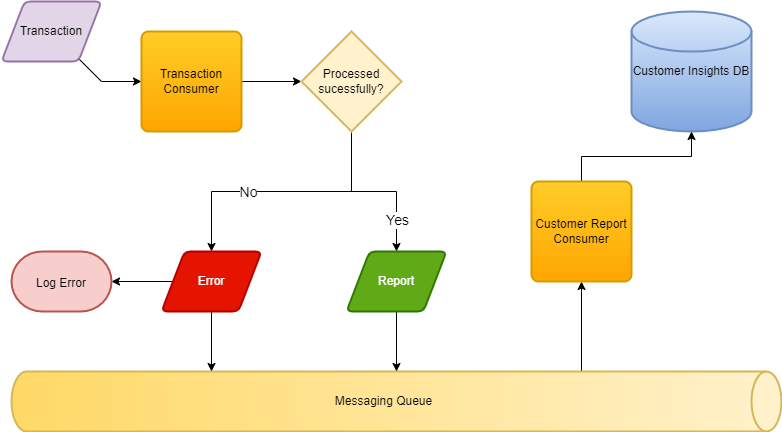
Neo-Ciber94/ETL-Data-Analytics keeps this draw.io diagram as assets/process_transactions_graph.png. Above is the earlier version. Source tidied: cells renumbered, new cells last; positions are measured from the earlier drawing's top-left corner, leaving out a move shared by most shapes.
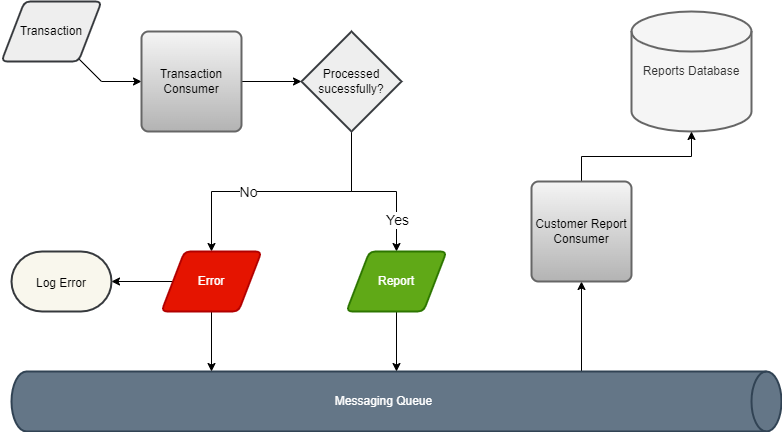
After the change.

Diff of the diagram source:
```diff
@@ -5,10 +5,10 @@
     <mxCell id="2" style="edgeStyle=orthogonalEdgeStyle;rounded=0;jettySize=auto;html=1;exitX=0;exitY=0;exitDx=0;exitDy=200;exitPerimeter=0;" parent="1" edge="1" source="3" target="15">
       <mxGeometry relative="1" as="geometry" />
     </mxCell>
-    <mxCell id="3" value="Messaging Queue" style="shape=cylinder3;whiteSpace=wrap;html=1;boundedLbl=1;backgroundOutline=1;size=15;direction=south;strokeWidth=2;fillColor=#fff2cc;strokeColor=#d6b656;gradientColor=#ffd966;" parent="1" vertex="1">
+    <mxCell id="3" value="Messaging Queue" style="shape=cylinder3;whiteSpace=wrap;html=1;boundedLbl=1;backgroundOutline=1;size=15;direction=south;strokeWidth=2;fillColor=#647687;strokeColor=#314354;fontColor=#ffffff;" parent="1" vertex="1">
       <mxGeometry x="10" y="370" width="770" height="60" as="geometry" />
     </mxCell>
-    <mxCell id="4" value="Customer Insights DB" style="strokeWidth=2;html=1;shape=mxgraph.flowchart.database;whiteSpace=wrap;fillColor=#dae8fc;strokeColor=#6c8ebf;gradientColor=#7ea6e0;" parent="1" vertex="1">
+    <mxCell id="4" value="Reports Database" style="strokeWidth=2;html=1;shape=mxgraph.flowchart.database;whiteSpace=wrap;fillColor=#f5f5f5;fontColor=#333333;strokeColor=#666666;" parent="1" vertex="1">
       <mxGeometry x="630" y="10" width="120" height="120" as="geometry" />
     </mxCell>
     <mxCell id="5" style="edgeStyle=orthogonalEdgeStyle;rounded=0;jettySize=auto;html=1;entryX=0;entryY=0.5;entryDx=0;entryDy=0;" parent="1" edge="1" source="6" target="8">
@@ -19,13 +19,13 @@
         </Array>
       </mxGeometry>
     </mxCell>
-    <mxCell id="6" value="Transaction" style="shape=parallelogram;html=1;strokeWidth=2;perimeter=parallelogramPerimeter;whiteSpace=wrap;rounded=1;arcSize=12;size=0.23;fillColor=#e1d5e7;strokeColor=#9673a6;" parent="1" vertex="1">
+    <mxCell id="6" value="Transaction" style="shape=parallelogram;html=1;strokeWidth=2;perimeter=parallelogramPerimeter;whiteSpace=wrap;rounded=1;arcSize=12;size=0.23;fillColor=#eeeeee;strokeColor=#36393d;" parent="1" vertex="1">
       <mxGeometry width="100" height="60" as="geometry" />
     </mxCell>
     <mxCell id="7" style="edgeStyle=orthogonalEdgeStyle;rounded=0;jettySize=auto;html=1;entryX=0;entryY=0.5;entryDx=0;entryDy=0;entryPerimeter=0;" parent="1" edge="1" source="8" target="13">
       <mxGeometry relative="1" as="geometry" />
     </mxCell>
-    <mxCell id="8" value="Transaction Consumer" style="rounded=1;whiteSpace=wrap;html=1;absoluteArcSize=1;arcSize=14;strokeWidth=2;fillColor=#ffcd28;gradientColor=#ffa500;strokeColor=#d79b00;" parent="1" vertex="1">
+    <mxCell id="8" value="Transaction Consumer" style="rounded=1;whiteSpace=wrap;html=1;absoluteArcSize=1;arcSize=14;strokeWidth=2;fillColor=#f5f5f5;gradientColor=#b3b3b3;strokeColor=#666666;" parent="1" vertex="1">
       <mxGeometry x="140" y="30" width="100" height="100" as="geometry" />
     </mxCell>
     <mxCell id="9" style="edgeStyle=orthogonalEdgeStyle;rounded=0;jettySize=auto;html=1;entryX=0.5;entryY=0;entryDx=0;entryDy=0;" parent="1" edge="1" source="13" target="20">
@@ -52,13 +52,13 @@
     <mxCell id="12" value="&lt;font style=&quot;font-size: 14px;&quot;&gt;No&lt;/font&gt;" style="edgeLabel;html=1;align=center;verticalAlign=middle;" parent="11" vertex="1">
       <mxGeometry x="0.26" relative="1" as="geometry" />
     </mxCell>
-    <mxCell id="13" value="Processed sucessfully?" style="strokeWidth=2;html=1;shape=mxgraph.flowchart.decision;whiteSpace=wrap;fillColor=#fff2cc;strokeColor=#d6b656;" parent="1" vertex="1">
+    <mxCell id="13" value="Processed sucessfully?" style="strokeWidth=2;html=1;shape=mxgraph.flowchart.decision;whiteSpace=wrap;fillColor=#eeeeee;strokeColor=#36393d;" parent="1" vertex="1">
       <mxGeometry x="300" y="30" width="100" height="100" as="geometry" />
     </mxCell>
     <mxCell id="14" style="edgeStyle=orthogonalEdgeStyle;rounded=0;jettySize=auto;html=1;" parent="1" edge="1" source="15" target="4">
       <mxGeometry relative="1" as="geometry" />
     </mxCell>
-    <mxCell id="15" value="Customer Report Consumer" style="rounded=1;whiteSpace=wrap;html=1;absoluteArcSize=1;arcSize=14;strokeWidth=2;fillColor=#ffcd28;gradientColor=#ffa500;strokeColor=#d79b00;" parent="1" vertex="1">
+    <mxCell id="15" value="Customer Report Consumer" style="rounded=1;whiteSpace=wrap;html=1;absoluteArcSize=1;arcSize=14;strokeWidth=2;fillColor=#f5f5f5;gradientColor=#b3b3b3;strokeColor=#666666;" parent="1" vertex="1">
       <mxGeometry x="530" y="180" width="100" height="100" as="geometry" />
     </mxCell>
     <mxCell id="16" style="edgeStyle=orthogonalEdgeStyle;rounded=0;jettySize=auto;html=1;entryX=0;entryY=0;entryDx=0;entryDy=570;entryPerimeter=0;" parent="1" edge="1" source="18" target="3">
@@ -76,7 +76,7 @@
     <mxCell id="20" value="Report" style="shape=parallelogram;html=1;strokeWidth=2;perimeter=parallelogramPerimeter;whiteSpace=wrap;rounded=1;arcSize=12;size=0.23;fillColor=#60a917;fontColor=#ffffff;strokeColor=#2D7600;" parent="1" vertex="1">
       <mxGeometry x="345" y="250" width="100" height="60" as="geometry" />
     </mxCell>
-    <mxCell id="21" value="&lt;font style=&quot;font-size: 12px;&quot;&gt;Log Error&lt;/font&gt;" style="strokeWidth=2;html=1;shape=mxgraph.flowchart.terminator;whiteSpace=wrap;fontSize=16;fillColor=#f8cecc;strokeColor=#b85450;" parent="1" vertex="1">
+    <mxCell id="21" value="&lt;font style=&quot;font-size: 12px;&quot;&gt;Log Error&lt;/font&gt;" style="strokeWidth=2;html=1;shape=mxgraph.flowchart.terminator;whiteSpace=wrap;fontSize=16;fillColor=#f9f7ed;strokeColor=#36393d;" parent="1" vertex="1">
       <mxGeometry x="10" y="250" width="100" height="60" as="geometry" />
     </mxCell>
   </root>
```
